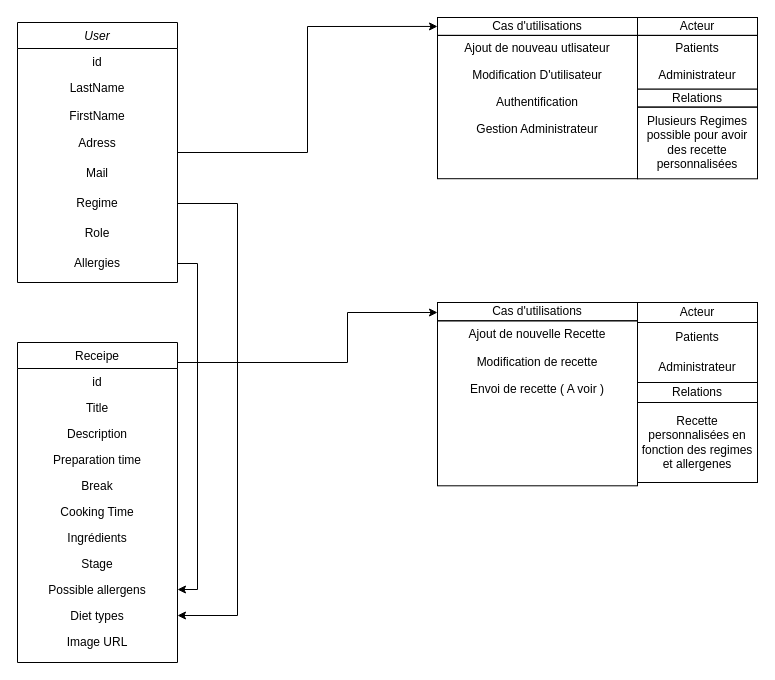
This is Diagramme.drawio from RaptorZ501/ECF-Entrainement, a draw.io file, before an edit. Source tidied: cells renumbered, new cells numbered last; positions are measured from the earlier drawing's top-left corner, leaving out a move shared by most shapes. Both pictures are drawn from the tidied source at 100%, with x=0, y=0 at pixel (17, 17).
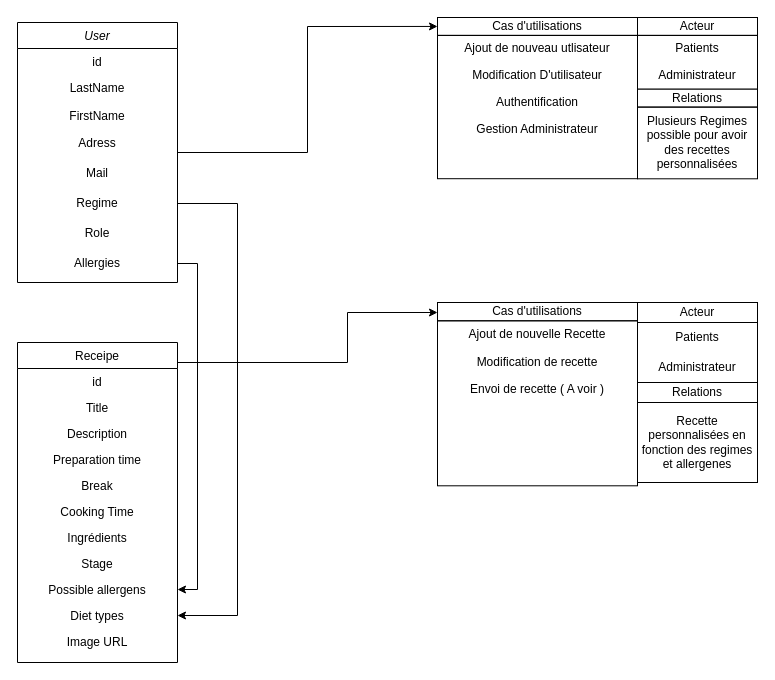
The same page after the edit.

Commit message:
Mettre à jour Diagramme.drawio

Unchanged cells that the change refers to:
```xml
<mxCell id="26" style="group;" parent="1" vertex="1">
  <mxGeometry x="420" width="320" height="215" as="geometry" />
</mxCell>
```

Diff of the diagram source:
```diff
@@
-    <mxCell id="37" value="Plusieurs Regimes possible pour avoir des recette personnalisées" style="text;html=1;strokeColor=none;fillColor=none;align=center;verticalAlign=middle;whiteSpace=wrap;rounded=0;" parent="26" vertex="1">
+    <mxCell id="37" value="Plusieurs Regimes possible pour avoir des recettes personnalisées" style="text;html=1;strokeColor=none;fillColor=none;align=center;verticalAlign=middle;whiteSpace=wrap;rounded=0;" parent="26" vertex="1">
       <mxGeometry x="200" y="89.6" width="120" height="71.7" as="geometry" />
     </mxCell>
```
